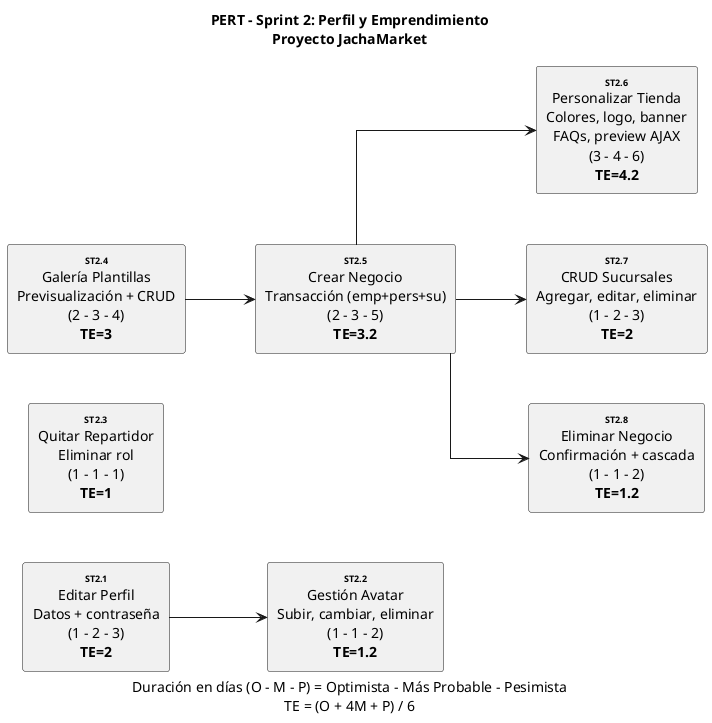
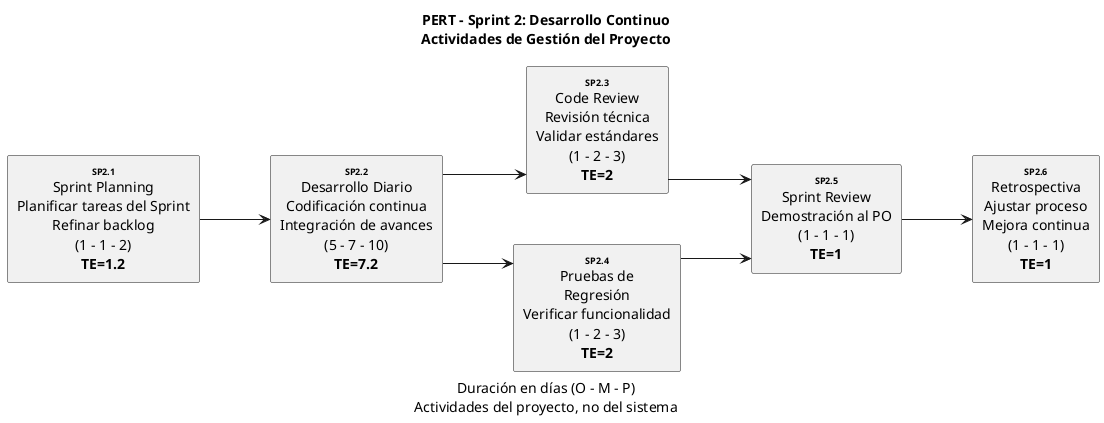
@startuml
- title PERT - Sprint 2: Perfil y Emprendimiento\nProyecto JachaMarket
- caption Duración en días (O - M - P) = Optimista - Más Probable - Pesimista\nTE = (O + 4M + P) / 6
+ title PERT - Sprint 2: Desarrollo Continuo\nActividades de Gestión del Proyecto
+ caption Duración en días (O - M - P)\nActividades del proyecto, no del sistema

skinparam linetype ortho
skinparam defaultTextAlignment center
skinparam nodeSep 50
skinparam rankSep 70

left to right direction

- rectangle "<size:9><b>ST2.1</b></size>\nEditar Perfil\nDatos + contraseña\n(1 - 2 - 3)\n<b>TE=2</b>" as T01
- rectangle "<size:9><b>ST2.2</b></size>\nGestión Avatar\nSubir, cambiar, eliminar\n(1 - 1 - 2)\n<b>TE=1.2</b>" as T02
- rectangle "<size:9><b>ST2.3</b></size>\nQuitar Repartidor\nEliminar rol\n(1 - 1 - 1)\n<b>TE=1</b>" as T03
- rectangle "<size:9><b>ST2.4</b></size>\nGalería Plantillas\nPrevisualización + CRUD\n(2 - 3 - 4)\n<b>TE=3</b>" as T04
- rectangle "<size:9><b>ST2.5</b></size>\nCrear Negocio\nTransacción (emp+pers+su)\n(2 - 3 - 5)\n<b>TE=3.2</b>" as T05
- rectangle "<size:9><b>ST2.6</b></size>\nPersonalizar Tienda\nColores, logo, banner\nFAQs, preview AJAX\n(3 - 4 - 6)\n<b>TE=4.2</b>" as T06
- rectangle "<size:9><b>ST2.7</b></size>\nCRUD Sucursales\nAgregar, editar, eliminar\n(1 - 2 - 3)\n<b>TE=2</b>" as T07
- rectangle "<size:9><b>ST2.8</b></size>\nEliminar Negocio\nConfirmación + cascada\n(1 - 1 - 2)\n<b>TE=1.2</b>" as T08
+ rectangle "<size:9><b>SP2.1</b></size>\nSprint Planning\nPlanificar tareas del Sprint\nRefinar backlog\n(1 - 1 - 2)\n<b>TE=1.2</b>" as T01
+ rectangle "<size:9><b>SP2.2</b></size>\nDesarrollo Diario\nCodificación continua\nIntegración de avances\n(5 - 7 - 10)\n<b>TE=7.2</b>" as T02
+ rectangle "<size:9><b>SP2.3</b></size>\nCode Review\nRevisión técnica\nValidar estándares\n(1 - 2 - 3)\n<b>TE=2</b>" as T03
+ rectangle "<size:9><b>SP2.4</b></size>\nPruebas de\nRegresión\nVerificar funcionalidad\n(1 - 2 - 3)\n<b>TE=2</b>" as T04
+ rectangle "<size:9><b>SP2.5</b></size>\nSprint Review\nDemostración al PO\n(1 - 1 - 1)\n<b>TE=1</b>" as T05
+ rectangle "<size:9><b>SP2.6</b></size>\nRetrospectiva\nAjustar proceso\nMejora continua\n(1 - 1 - 1)\n<b>TE=1</b>" as T06

T01 --> T02
- 
+ T02 --> T03
+ T02 --> T04
+ T03 --> T05
T04 --> T05
T05 --> T06
- T05 --> T07
- T05 --> T08

@enduml
